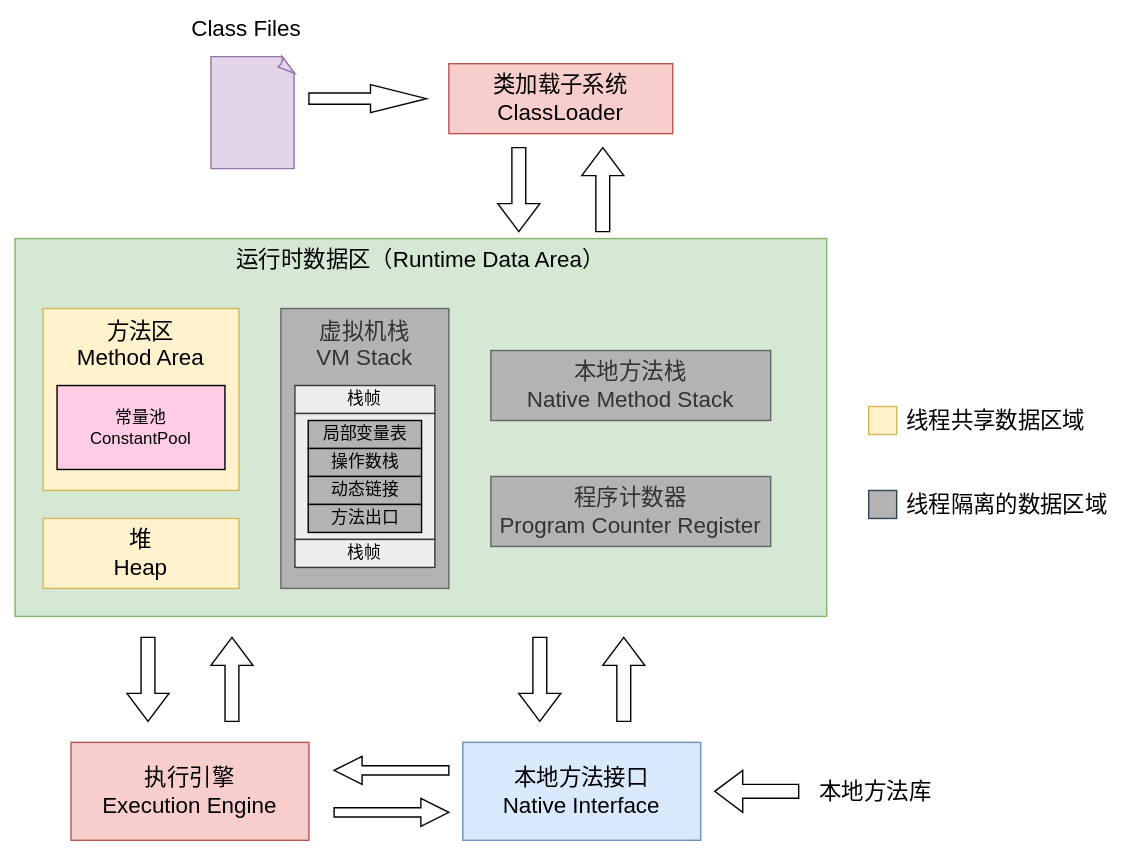
Earlier version of the draw.io export Java/JVM/JVM内存模型/JVM结构简图.drawio.svg (Developer-Tang/notes). Source tidied: cells renumbered, new cells last; positions are measured from the earlier drawing's top-left corner, leaving out a move shared by most shapes.
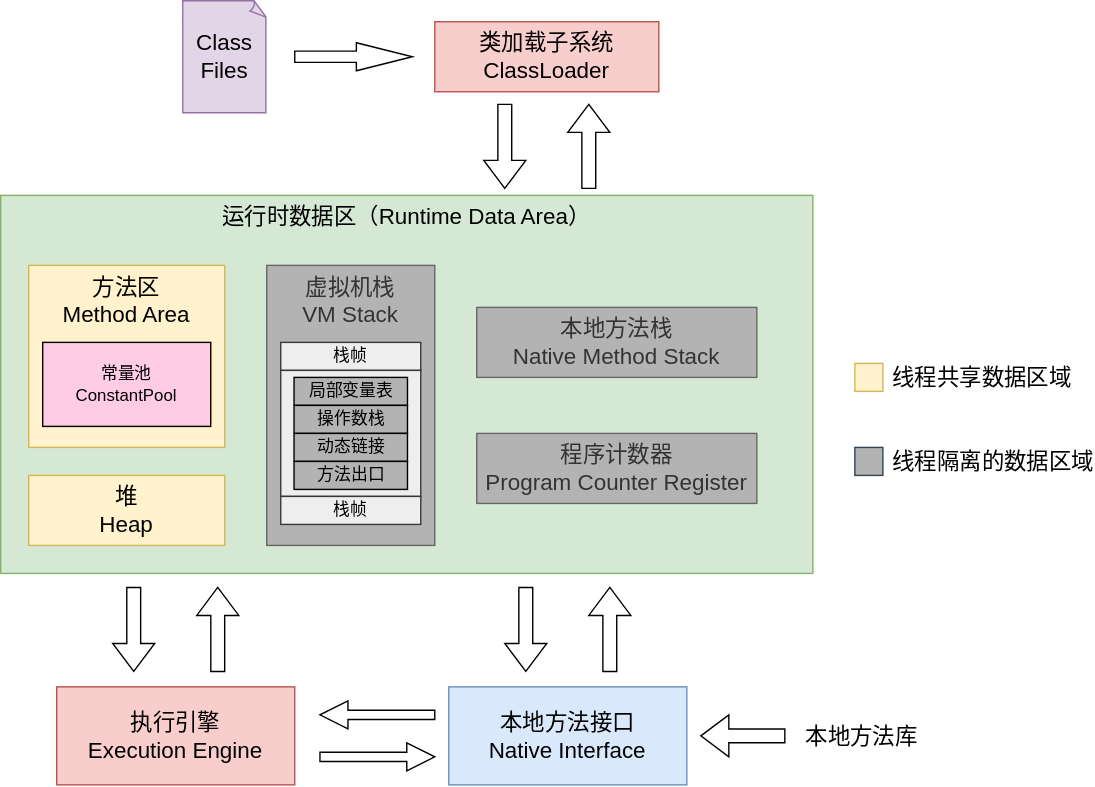
The same diagram one commit later.

What changed in the source:
```diff
@@ -3,10 +3,10 @@
     <mxCell id="0" />
     <mxCell id="1" parent="0" />
     <mxCell id="2" value="类加载子系统&lt;br&gt;ClassLoader" style="whiteSpace=wrap;html=1;fontSize=16;fillColor=#f8cecc;strokeColor=#b85450;" parent="1" vertex="1">
-      <mxGeometry x="310" y="35" width="160" height="50" as="geometry" />
+      <mxGeometry x="310" y="36" width="160" height="50" as="geometry" />
     </mxCell>
     <mxCell id="3" style="html=1;shadow=0;dashed=0;align=center;verticalAlign=middle;shape=mxgraph.arrows2.arrow;dy=0.6;dx=40;notch=0;fontSize=16;" parent="1" vertex="1">
-      <mxGeometry x="210" y="50" width="84" height="20" as="geometry" />
+      <mxGeometry x="210" y="51" width="84" height="20" as="geometry" />
     </mxCell>
     <mxCell id="4" value="运行时数据区（Runtime Data Area）" style="whiteSpace=wrap;html=1;fontSize=16;labelPosition=center;verticalLabelPosition=top;align=center;verticalAlign=bottom;spacingBottom=-27;fillColor=#d5e8d4;strokeColor=#82b366;" parent="1" vertex="1">
       <mxGeometry y="160" width="580" height="270" as="geometry" />
@@ -27,31 +27,31 @@
       <mxGeometry x="340" y="330" width="200" height="50" as="geometry" />
     </mxCell>
     <mxCell id="10" style="html=1;shadow=0;dashed=0;align=center;verticalAlign=middle;shape=mxgraph.arrows2.arrow;dy=0.67;dx=20;notch=0;fontSize=16;rotation=90;" parent="1" vertex="1">
-      <mxGeometry x="65" y="460" width="60" height="30" as="geometry" />
+      <mxGeometry x="65" y="455" width="60" height="30" as="geometry" />
     </mxCell>
     <mxCell id="11" style="html=1;shadow=0;dashed=0;align=center;verticalAlign=middle;shape=mxgraph.arrows2.arrow;dy=0.67;dx=20;notch=0;fontSize=16;rotation=-90;" parent="1" vertex="1">
-      <mxGeometry x="125" y="460" width="60" height="30" as="geometry" />
+      <mxGeometry x="125" y="455" width="60" height="30" as="geometry" />
     </mxCell>
     <mxCell id="12" value="执行引擎&lt;br&gt;Execution Engine" style="whiteSpace=wrap;html=1;fontSize=16;fillColor=#f8cecc;strokeColor=#b85450;" parent="1" vertex="1">
-      <mxGeometry x="40" y="520" width="170" height="70" as="geometry" />
+      <mxGeometry x="40" y="511" width="170" height="70" as="geometry" />
     </mxCell>
     <mxCell id="13" value="本地方法接口&lt;br&gt;Native Interface" style="whiteSpace=wrap;html=1;fontSize=16;fillColor=#dae8fc;strokeColor=#6c8ebf;" parent="1" vertex="1">
-      <mxGeometry x="320" y="520" width="170" height="70" as="geometry" />
+      <mxGeometry x="320" y="511" width="170" height="70" as="geometry" />
     </mxCell>
     <mxCell id="14" style="html=1;shadow=0;dashed=0;align=center;verticalAlign=middle;shape=mxgraph.arrows2.arrow;dy=0.67;dx=20;notch=0;fontSize=16;rotation=90;" parent="1" vertex="1">
-      <mxGeometry x="345" y="460" width="60" height="30" as="geometry" />
+      <mxGeometry x="345" y="455" width="60" height="30" as="geometry" />
     </mxCell>
     <mxCell id="15" style="html=1;shadow=0;dashed=0;align=center;verticalAlign=middle;shape=mxgraph.arrows2.arrow;dy=0.67;dx=20;notch=0;fontSize=16;rotation=-90;" parent="1" vertex="1">
-      <mxGeometry x="405" y="460" width="60" height="30" as="geometry" />
+      <mxGeometry x="405" y="455" width="60" height="30" as="geometry" />
     </mxCell>
     <mxCell id="16" style="html=1;shadow=0;dashed=0;align=center;verticalAlign=middle;shape=mxgraph.arrows2.arrow;dy=0.67;dx=20;notch=0;fontSize=16;rotation=-180;" parent="1" vertex="1">
-      <mxGeometry x="228" y="530" width="82" height="20" as="geometry" />
+      <mxGeometry x="228" y="521" width="82" height="20" as="geometry" />
     </mxCell>
     <mxCell id="17" style="html=1;shadow=0;dashed=0;align=center;verticalAlign=middle;shape=mxgraph.arrows2.arrow;dy=0.67;dx=20;notch=0;fontSize=16;rotation=0;" parent="1" vertex="1">
-      <mxGeometry x="228" y="560" width="82" height="20" as="geometry" />
+      <mxGeometry x="228" y="551" width="82" height="20" as="geometry" />
     </mxCell>
     <mxCell id="18" style="html=1;shadow=0;dashed=0;align=center;verticalAlign=middle;shape=mxgraph.arrows2.arrow;dy=0.67;dx=20;notch=0;fontSize=16;rotation=-180;" parent="1" vertex="1">
-      <mxGeometry x="500" y="540" width="60" height="30" as="geometry" />
+      <mxGeometry x="500" y="531" width="60" height="30" as="geometry" />
     </mxCell>
     <mxCell id="19" style="html=1;shadow=0;dashed=0;align=center;verticalAlign=middle;shape=mxgraph.arrows2.arrow;dy=0.67;dx=20;notch=0;fontSize=16;rotation=90;" parent="1" vertex="1">
       <mxGeometry x="330" y="110" width="60" height="30" as="geometry" />
@@ -60,14 +60,11 @@
       <mxGeometry x="390" y="110" width="60" height="30" as="geometry" />
     </mxCell>
     <mxCell id="21" value="本地方法库" style="text;html=1;strokeColor=none;fillColor=none;align=center;verticalAlign=middle;whiteSpace=wrap;fontSize=16;" parent="1" vertex="1">
-      <mxGeometry x="570" y="535" width="90" height="40" as="geometry" />
+      <mxGeometry x="570" y="526" width="90" height="40" as="geometry" />
     </mxCell>
-    <mxCell id="22" style="whiteSpace=wrap;html=1;shape=mxgraph.basic.document;fillColor=#e1d5e7;strokeColor=#9673a6;labelPosition=center;verticalLabelPosition=top;align=center;verticalAlign=bottom;fontSize=16;" parent="1" vertex="1">
-      <mxGeometry x="140" y="30" width="60" height="80" as="geometry" />
+    <mxCell id="22" value="Class Files" style="whiteSpace=wrap;html=1;shape=mxgraph.basic.document;fillColor=#e1d5e7;strokeColor=#9673a6;labelPosition=center;verticalLabelPosition=middle;align=center;verticalAlign=middle;fontSize=16;" parent="1" vertex="1">
+      <mxGeometry x="130" y="21" width="60" height="80" as="geometry" />
     </mxCell>
-    <mxCell id="23" value="&lt;span&gt;Class Files&lt;/span&gt;" style="text;html=1;align=center;verticalAlign=middle;strokeColor=none;fillColor=none;fontSize=16;" parent="1" vertex="1">
-      <mxGeometry x="120" width="90" height="20" as="geometry" />
-    </mxCell>
     <mxCell id="24" value="常量池&lt;br&gt;ConstantPool" style="whiteSpace=wrap;html=1;verticalAlign=middle;fillColor=#FFCCE6;" parent="1" vertex="1">
       <mxGeometry x="30" y="265" width="120" height="60" as="geometry" />
     </mxCell>
```
